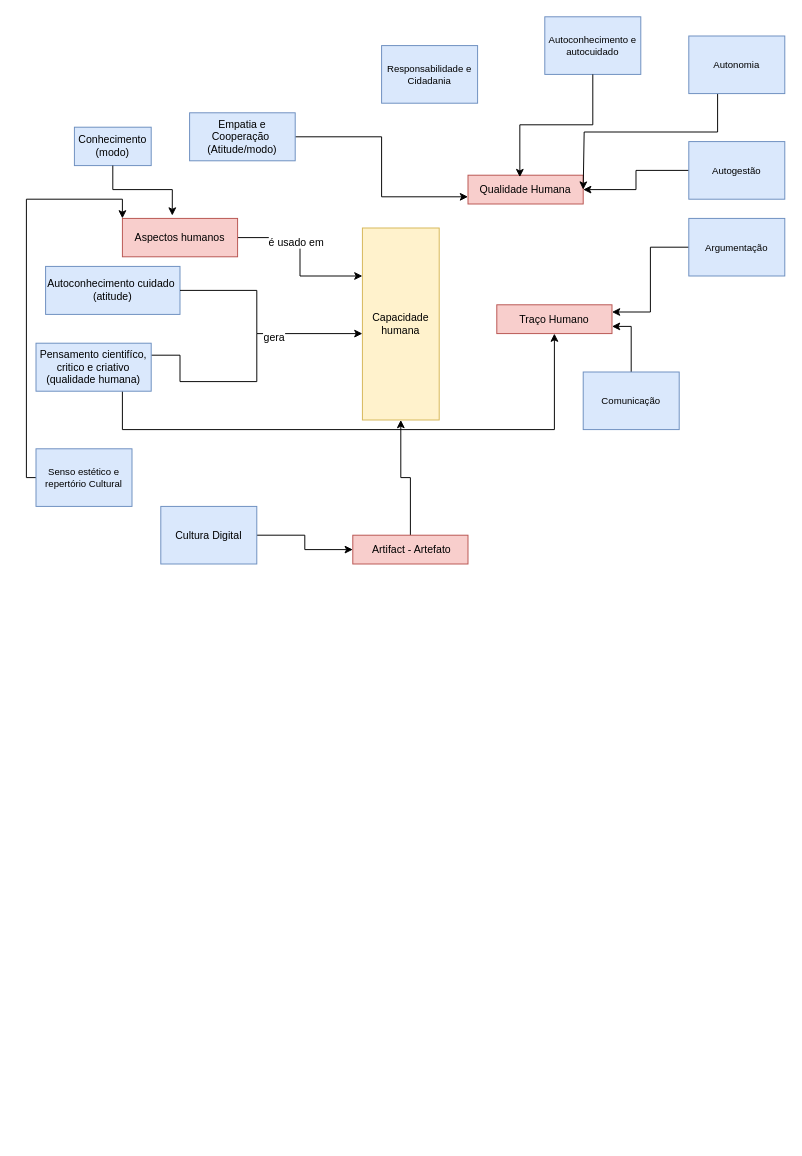
This is page "Página-5" (5 of 5) of Cópia do Ontologia_v1.drawio from RosianeSangali/RosianeSangali, a draw.io file, before an edit. Source tidied: cells renumbered, new cells numbered last; positions are measured from the earlier drawing's top-left corner, leaving out a move shared by most shapes. Both pictures are drawn from the tidied source at 96%, with x=0, y=0 at pixel (26, 16).
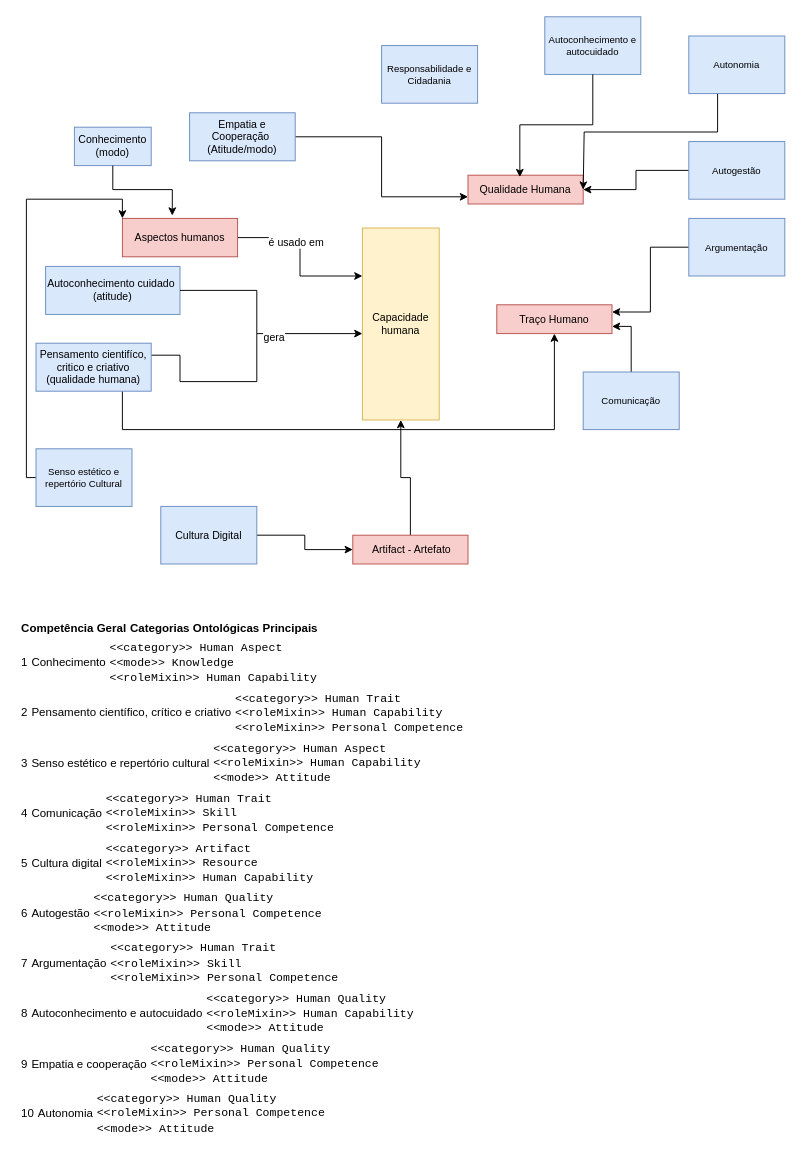
The same diagram, later.

What changed in the source:
```diff
@@
+    <mxCell id="35" value="&lt;table&gt;&lt;thead&gt;&lt;tr&gt;&lt;th&gt;Competência Geral&lt;/th&gt;&lt;th&gt;Categorias Ontológicas Principais&lt;/th&gt;&lt;/tr&gt;&lt;/thead&gt;&lt;/table&gt;&lt;table&gt;&lt;tbody&gt;&lt;tr&gt;&lt;td&gt;1&lt;/td&gt;&lt;td&gt;Conhecimento&lt;/td&gt;&lt;td&gt;&lt;code&gt;&amp;lt;&amp;lt;category&amp;gt;&amp;gt; Human Aspect&lt;/code&gt;&lt;br&gt;&lt;code&gt;&amp;lt;&amp;lt;mode&amp;gt;&amp;gt; Knowledge&lt;/code&gt;&lt;br&gt;&lt;code&gt;&amp;lt;&amp;lt;roleMixin&amp;gt;&amp;gt; Human Capability&lt;/code&gt;&lt;/td&gt;&lt;/tr&gt;&lt;/tbody&gt;&lt;/table&gt;&lt;table&gt;&lt;tbody&gt;&lt;tr&gt;&lt;td&gt;2&lt;/td&gt;&lt;td&gt;Pensamento científico, crítico e criativo&lt;/td&gt;&lt;td&gt;&lt;code&gt;&amp;lt;&amp;lt;category&amp;gt;&amp;gt; Human Trait&lt;/code&gt;&lt;br&gt;&lt;code&gt;&amp;lt;&amp;lt;roleMixin&amp;gt;&amp;gt; Human Capability&lt;/code&gt;&lt;br&gt;&lt;code&gt;&amp;lt;&amp;lt;roleMixin&amp;gt;&amp;gt; Personal Competence&lt;/code&gt;&lt;/td&gt;&lt;/tr&gt;&lt;/tbody&gt;&lt;/table&gt;&lt;table&gt;&lt;tbody&gt;&lt;tr&gt;&lt;td&gt;3&lt;/td&gt;&lt;td&gt;Senso estético e repertório cultural&lt;/td&gt;&lt;td&gt;&lt;code&gt;&amp;lt;&amp;lt;category&amp;gt;&amp;gt; Human Aspect&lt;/code&gt;&lt;br&gt;&lt;code&gt;&amp;lt;&amp;lt;roleMixin&amp;gt;&amp;gt; Human Capability&lt;/code&gt;&lt;br&gt;&lt;code&gt;&amp;lt;&amp;lt;mode&amp;gt;&amp;gt; Attitude&lt;/code&gt;&lt;/td&gt;&lt;/tr&gt;&lt;/tbody&gt;&lt;/table&gt;&lt;table&gt;&lt;tbody&gt;&lt;tr&gt;&lt;td&gt;4&lt;/td&gt;&lt;td&gt;Comunicação&lt;/td&gt;&lt;td&gt;&lt;code&gt;&amp;lt;&amp;lt;category&amp;gt;&amp;gt; Human Trait&lt;/code&gt;&lt;br&gt;&lt;code&gt;&amp;lt;&amp;lt;roleMixin&amp;gt;&amp;gt; Skill&lt;/code&gt;&lt;br&gt;&lt;code&gt;&amp;lt;&amp;lt;roleMixin&amp;gt;&amp;gt; Personal Competence&lt;/code&gt;&lt;/td&gt;&lt;/tr&gt;&lt;/tbody&gt;&lt;/table&gt;&lt;table&gt;&lt;tbody&gt;&lt;tr&gt;&lt;td&gt;5&lt;/td&gt;&lt;td&gt;Cultura digital&lt;/td&gt;&lt;td&gt;&lt;code&gt;&amp;lt;&amp;lt;category&amp;gt;&amp;gt; Artifact&lt;/code&gt;&lt;br&gt;&lt;code&gt;&amp;lt;&amp;lt;roleMixin&amp;gt;&amp;gt; Resource&lt;/code&gt;&lt;br&gt;&lt;code&gt;&amp;lt;&amp;lt;roleMixin&amp;gt;&amp;gt; Human Capability&lt;/code&gt;&lt;/td&gt;&lt;/tr&gt;&lt;/tbody&gt;&lt;/table&gt;&lt;table&gt;&lt;tbody&gt;&lt;tr&gt;&lt;td&gt;6&lt;/td&gt;&lt;td&gt;Autogestão&lt;/td&gt;&lt;td&gt;&lt;code&gt;&amp;lt;&amp;lt;category&amp;gt;&amp;gt; Human Quality&lt;/code&gt;&lt;br&gt;&lt;code&gt;&amp;lt;&amp;lt;roleMixin&amp;gt;&amp;gt; Personal Competence&lt;/code&gt;&lt;br&gt;&lt;code&gt;&amp;lt;&amp;lt;mode&amp;gt;&amp;gt; Attitude&lt;/code&gt;&lt;/td&gt;&lt;/tr&gt;&lt;/tbody&gt;&lt;/table&gt;&lt;table&gt;&lt;tbody&gt;&lt;tr&gt;&lt;td&gt;7&lt;/td&gt;&lt;td&gt;Argumentação&lt;/td&gt;&lt;td&gt;&lt;code&gt;&amp;lt;&amp;lt;category&amp;gt;&amp;gt; Human Trait&lt;/code&gt;&lt;br&gt;&lt;code&gt;&amp;lt;&amp;lt;roleMixin&amp;gt;&amp;gt; Skill&lt;/code&gt;&lt;br&gt;&lt;code&gt;&amp;lt;&amp;lt;roleMixin&amp;gt;&amp;gt; Personal Competence&lt;/code&gt;&lt;/td&gt;&lt;/tr&gt;&lt;/tbody&gt;&lt;/table&gt;&lt;table&gt;&lt;tbody&gt;&lt;tr&gt;&lt;td&gt;8&lt;/td&gt;&lt;td&gt;Autoconhecimento e autocuidado&lt;/td&gt;&lt;td&gt;&lt;code&gt;&amp;lt;&amp;lt;category&amp;gt;&amp;gt; Human Quality&lt;/code&gt;&lt;br&gt;&lt;code&gt;&amp;lt;&amp;lt;roleMixin&amp;gt;&amp;gt; Human Capability&lt;/code&gt;&lt;br&gt;&lt;code&gt;&amp;lt;&amp;lt;mode&amp;gt;&amp;gt; Attitude&lt;/code&gt;&lt;/td&gt;&lt;/tr&gt;&lt;/tbody&gt;&lt;/table&gt;&lt;table&gt;&lt;tbody&gt;&lt;tr&gt;&lt;td&gt;9&lt;/td&gt;&lt;td&gt;Empatia e cooperação&lt;/td&gt;&lt;td&gt;&lt;code&gt;&amp;lt;&amp;lt;category&amp;gt;&amp;gt; Human Quality&lt;/code&gt;&lt;br&gt;&lt;code&gt;&amp;lt;&amp;lt;roleMixin&amp;gt;&amp;gt; Personal Competence&lt;/code&gt;&lt;br&gt;&lt;code&gt;&amp;lt;&amp;lt;mode&amp;gt;&amp;gt; Attitude&lt;/code&gt;&lt;/td&gt;&lt;/tr&gt;&lt;/tbody&gt;&lt;/table&gt;&lt;table&gt;&lt;tbody&gt;&lt;tr&gt;&lt;td&gt;10&lt;/td&gt;&lt;td&gt;Autonomia&lt;/td&gt;&lt;td&gt;&lt;code&gt;&amp;lt;&amp;lt;category&amp;gt;&amp;gt; Human Quality&lt;/code&gt;&lt;br&gt;&lt;code&gt;&amp;lt;&amp;lt;roleMixin&amp;gt;&amp;gt; Personal Competence&lt;/code&gt;&lt;br&gt;&lt;code&gt;&amp;lt;&amp;lt;mode&amp;gt;&amp;gt; Attitude&lt;/code&gt;&lt;/td&gt;&lt;/tr&gt;&lt;/tbody&gt;&lt;/table&gt;" style="text;whiteSpace=wrap;html=1;" parent="1" vertex="1">
+      <mxGeometry x="-10" y="620" width="700" height="540" as="geometry" />
+    </mxCell>
```
